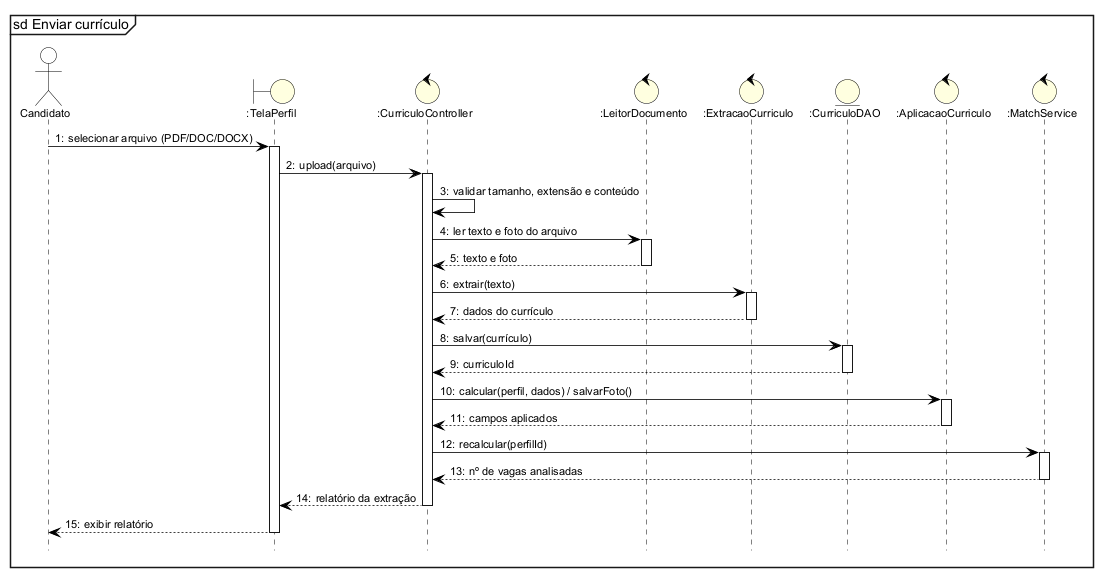
Above: docs/tcc/diagramas/seq04_enviar_curriculo.png in leonardoabreu2026/tcc-final (PlantUML), before the change. Its source is kept beside it as docs/tcc/diagramas/seq04_enviar_curriculo.puml.
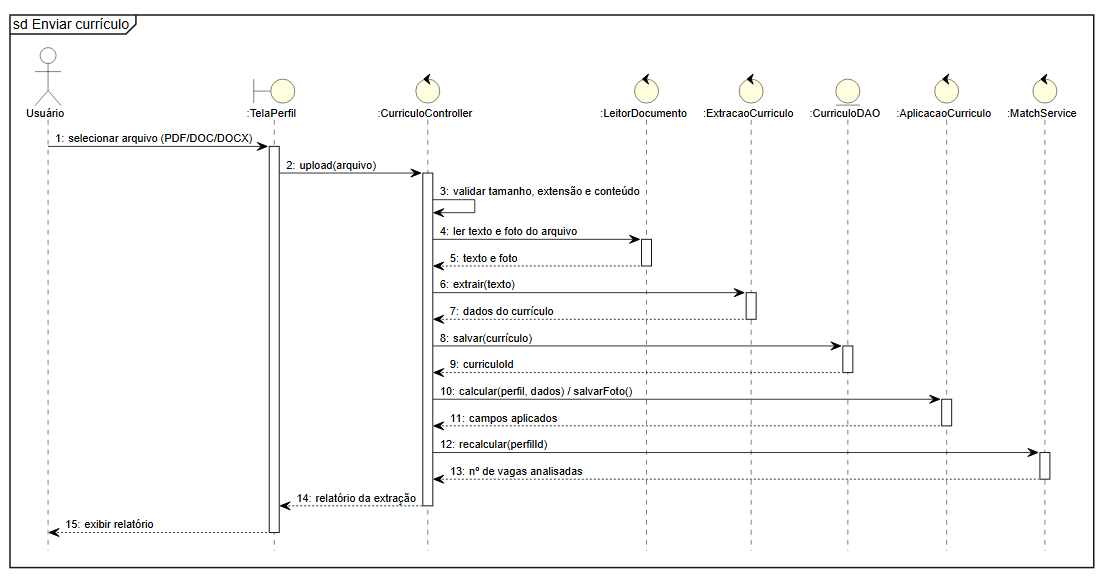
The same diagram one commit later.

What changed in the source:
```diff
@@ -4,7 +4,7 @@
 autonumber "0:"
 hide footbox
 
-actor Candidato as A
+actor "Usuário" as A
 boundary ":TelaPerfil" as T
 control ":CurriculoController" as C
 control ":LeitorDocumento" as L
```
